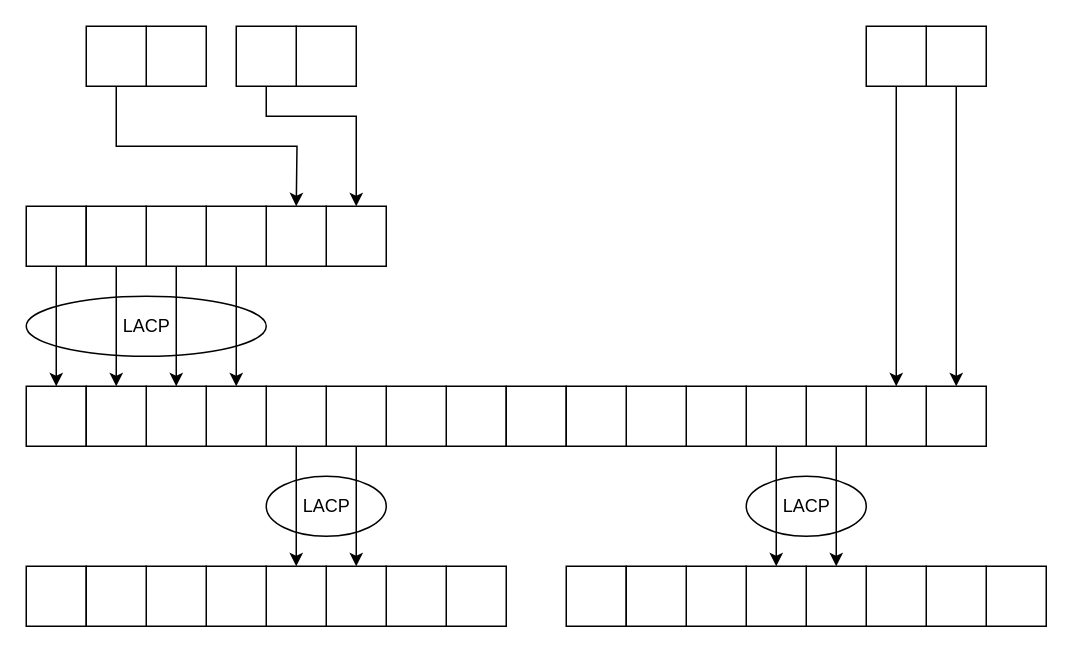
Earlier version of the draw.io diagram Untitled Diagram.drawio (hirofumihida/drowio-home). Source tidied: cells renumbered, new cells numbered last; positions are measured from the earlier drawing's top-left corner, leaving out a move shared by most shapes. Both pictures are drawn from the tidied source at 150%, with x=0, y=0 at pixel (26, 26).
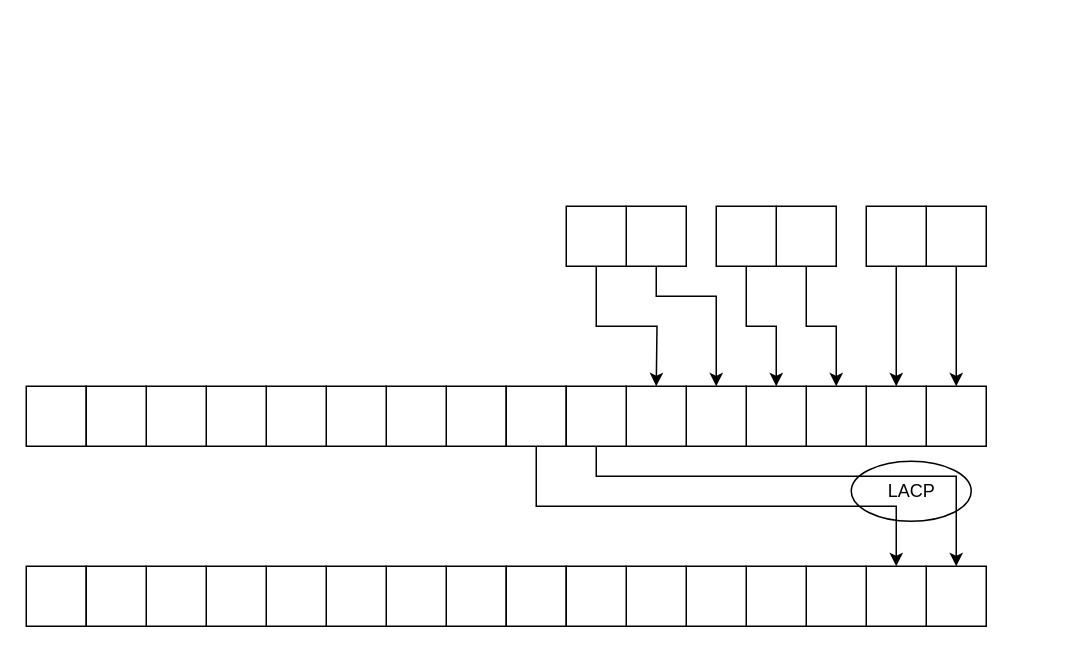
The same page after the edit.

Unchanged cells that the change refers to:
```xml
<mxCell id="15" style="whiteSpace=wrap;html=1;flipH=0;flipV=0;" parent="12" vertex="1">
  <mxGeometry x="200" width="40" height="40" as="geometry" />
</mxCell>
<mxCell id="16" style="whiteSpace=wrap;html=1;flipH=0;flipV=0;" parent="12" vertex="1">
  <mxGeometry x="160" width="40" height="40" as="geometry" />
</mxCell>
<mxCell id="17" style="whiteSpace=wrap;html=1;flipH=0;flipV=0;" parent="12" vertex="1">
  <mxGeometry x="120" width="40" height="40" as="geometry" />
</mxCell>
<mxCell id="18" style="whiteSpace=wrap;html=1;flipH=0;flipV=0;" parent="12" vertex="1">
  <mxGeometry x="80" width="40" height="40" as="geometry" />
</mxCell>
<mxCell id="19" style="whiteSpace=wrap;html=1;flipH=0;flipV=0;" parent="12" vertex="1">
  <mxGeometry width="40" height="40" as="geometry" />
</mxCell>
<mxCell id="20" style="whiteSpace=wrap;html=1;flipH=0;flipV=0;" parent="12" vertex="1">
  <mxGeometry x="40" width="40" height="40" as="geometry" />
</mxCell>
<mxCell id="24" style="whiteSpace=wrap;html=1;flipH=0;flipV=0;" parent="21" vertex="1">
  <mxGeometry x="200" width="40" height="40" as="geometry" />
</mxCell>
<mxCell id="25" style="whiteSpace=wrap;html=1;flipH=0;flipV=0;" parent="21" vertex="1">
  <mxGeometry x="160" width="40" height="40" as="geometry" />
</mxCell>
<mxCell id="26" style="whiteSpace=wrap;html=1;flipH=0;flipV=0;" parent="21" vertex="1">
  <mxGeometry x="120" width="40" height="40" as="geometry" />
</mxCell>
<mxCell id="28" style="whiteSpace=wrap;html=1;flipH=0;flipV=0;" parent="21" vertex="1">
  <mxGeometry width="40" height="40" as="geometry" />
</mxCell>
<mxCell id="29" style="whiteSpace=wrap;html=1;flipH=0;flipV=0;" parent="21" vertex="1">
  <mxGeometry x="40" width="40" height="40" as="geometry" />
</mxCell>
<mxCell id="38" style="whiteSpace=wrap;html=1;flipH=1;flipV=1;" parent="37" vertex="1">
  <mxGeometry x="40" width="40" height="40" as="geometry" />
</mxCell>
<mxCell id="39" style="whiteSpace=wrap;html=1;flipH=1;flipV=1;" parent="37" vertex="1">
  <mxGeometry width="40" height="40" as="geometry" />
</mxCell>
<mxCell id="41" style="whiteSpace=wrap;html=1;flipH=1;flipV=1;" parent="40" vertex="1">
  <mxGeometry x="40" width="40" height="40" as="geometry" />
</mxCell>
<mxCell id="42" style="whiteSpace=wrap;html=1;flipH=1;flipV=1;" parent="40" vertex="1">
  <mxGeometry width="40" height="40" as="geometry" />
</mxCell>
<mxCell id="53" style="group;" parent="1" vertex="1">
  <mxGeometry y="360" width="320" height="40" as="geometry" />
</mxCell>
```

The edit, as a diff of the source:
```diff
@@
-    <mxCell id="2" style="group;" parent="1" vertex="1">
-      <mxGeometry y="180" width="160" height="40" as="geometry" />
-    </mxCell>
-    <mxCell id="3" style="ellipse;whiteSpace=wrap;html=1;" parent="2" vertex="1">
-      <mxGeometry width="160" height="40" as="geometry" />
-    </mxCell>
-    <mxCell id="4" value="LACP" style="text;html=1;align=center;verticalAlign=middle;strokeColor=none;fillColor=none;" parent="2" vertex="1">
-      <mxGeometry x="55" y="5" width="50" height="30" as="geometry" />
-    </mxCell>
-    <mxCell id="5" style="group;" parent="1" vertex="1">
-      <mxGeometry x="160" y="300" width="80" height="40" as="geometry" />
-    </mxCell>
-    <mxCell id="6" style="ellipse;whiteSpace=wrap;html=1;" parent="5" vertex="1">
-      <mxGeometry width="80" height="40" as="geometry" />
-    </mxCell>
-    <mxCell id="7" value="LACP" style="text;html=1;align=center;verticalAlign=middle;strokeColor=none;fillColor=none;" parent="5" vertex="1">
-      <mxGeometry x="15" y="5" width="50" height="30" as="geometry" />
-    </mxCell>
     <mxCell id="8" style="group;" parent="1" vertex="1">
-      <mxGeometry x="480" y="300" width="80" height="40" as="geometry" />
+      <mxGeometry x="550" y="290" width="80" height="40" as="geometry" />
     </mxCell>
@@
     <mxCell id="11" style="edgeStyle=orthogonalEdgeStyle;rounded=0;jettySize=auto;html=1;exitX=0.5;exitY=1;exitDx=0;exitDy=0;" parent="1" edge="1" source="39">
       <mxGeometry relative="1" as="geometry">
-        <mxPoint x="180" y="120" as="targetPoint" />
+        <mxPoint x="420" y="240" as="targetPoint" />
       </mxGeometry>
     </mxCell>
@@
-    <mxCell id="30" style="group;" parent="1" vertex="1">
-      <mxGeometry y="120" width="240" height="40" as="geometry" />
-    </mxCell>
-    <mxCell id="31" style="whiteSpace=wrap;html=1;flipH=0;flipV=0;" parent="30" vertex="1">
-      <mxGeometry x="200" width="40" height="40" as="geometry" />
-    </mxCell>
-    <mxCell id="32" style="whiteSpace=wrap;html=1;flipH=0;flipV=0;" parent="30" vertex="1">
-      <mxGeometry x="160" width="40" height="40" as="geometry" />
-    </mxCell>
-    <mxCell id="33" style="whiteSpace=wrap;html=1;flipH=0;flipV=0;" parent="30" vertex="1">
-      <mxGeometry x="120" width="40" height="40" as="geometry" />
-    </mxCell>
-    <mxCell id="34" style="whiteSpace=wrap;html=1;flipH=0;flipV=0;" parent="30" vertex="1">
-      <mxGeometry x="80" width="40" height="40" as="geometry" />
-    </mxCell>
-    <mxCell id="35" style="whiteSpace=wrap;html=1;flipH=0;flipV=0;" parent="30" vertex="1">
-      <mxGeometry width="40" height="40" as="geometry" />
-    </mxCell>
-    <mxCell id="36" style="whiteSpace=wrap;html=1;flipH=0;flipV=0;" parent="30" vertex="1">
-      <mxGeometry x="40" width="40" height="40" as="geometry" />
-    </mxCell>
     <mxCell id="37" style="group;" parent="1" vertex="1">
-      <mxGeometry x="40" width="80" height="40" as="geometry" />
+      <mxGeometry x="360" y="120" width="80" height="40" as="geometry" />
     </mxCell>
@@
     <mxCell id="40" style="group;" parent="1" vertex="1">
-      <mxGeometry x="140" width="80" height="40" as="geometry" />
+      <mxGeometry x="460" y="120" width="80" height="40" as="geometry" />
     </mxCell>
@@
-    <mxCell id="43" style="edgeStyle=orthogonalEdgeStyle;rounded=0;jettySize=auto;html=1;exitX=0.5;exitY=1;exitDx=0;exitDy=0;entryX=0.5;entryY=0;entryDx=0;entryDy=0;" parent="1" edge="1" source="42" target="31">
+    <mxCell id="43" style="edgeStyle=orthogonalEdgeStyle;rounded=0;jettySize=auto;html=1;exitX=0.5;exitY=1;exitDx=0;exitDy=0;entryX=0.5;entryY=0;entryDx=0;entryDy=0;" parent="1" edge="1" source="42" target="25">
       <mxGeometry relative="1" as="geometry">
         <Array as="points">
-          <mxPoint x="160" y="60" />
-          <mxPoint x="220" y="60" />
+          <mxPoint x="480" y="200" />
+          <mxPoint x="500" y="200" />
         </Array>
       </mxGeometry>
     </mxCell>
-    <mxCell id="44" style="edgeStyle=orthogonalEdgeStyle;rounded=0;jettySize=auto;html=1;exitX=0.5;exitY=1;exitDx=0;exitDy=0;entryX=0.5;entryY=0;entryDx=0;entryDy=0;" parent="1" edge="1" source="35" target="19">
-      <mxGeometry relative="1" as="geometry" />
-    </mxCell>
-    <mxCell id="45" style="edgeStyle=orthogonalEdgeStyle;rounded=0;jettySize=auto;html=1;exitX=0.5;exitY=1;exitDx=0;exitDy=0;entryX=0.5;entryY=0;entryDx=0;entryDy=0;" parent="1" edge="1" source="36" target="20">
-      <mxGeometry relative="1" as="geometry" />
-    </mxCell>
-    <mxCell id="46" style="edgeStyle=orthogonalEdgeStyle;rounded=0;jettySize=auto;html=1;exitX=0.5;exitY=1;exitDx=0;exitDy=0;entryX=0.5;entryY=0;entryDx=0;entryDy=0;" parent="1" edge="1" source="34" target="18">
-      <mxGeometry relative="1" as="geometry" />
-    </mxCell>
-    <mxCell id="47" style="edgeStyle=orthogonalEdgeStyle;rounded=0;jettySize=auto;html=1;exitX=0.5;exitY=1;exitDx=0;exitDy=0;entryX=0.5;entryY=0;entryDx=0;entryDy=0;" parent="1" edge="1" source="33" target="17">
-      <mxGeometry relative="1" as="geometry" />
-    </mxCell>
     <mxCell id="48" style="group;" parent="1" vertex="1">
-      <mxGeometry x="560" width="80" height="40" as="geometry" />
+      <mxGeometry x="560" y="120" width="80" height="40" as="geometry" />
     </mxCell>
@@
+    <mxCell id="75" style="edgeStyle=orthogonalEdgeStyle;rounded=0;jettySize=auto;html=1;exitX=0.5;exitY=1;exitDx=0;exitDy=0;entryX=0.5;entryY=0;entryDx=0;entryDy=0;" parent="1" edge="1" source="41" target="24">
+      <mxGeometry relative="1" as="geometry" />
+    </mxCell>
+    <mxCell id="76" style="edgeStyle=orthogonalEdgeStyle;rounded=0;jettySize=auto;html=1;exitX=0.5;exitY=1;exitDx=0;exitDy=0;entryX=0.5;entryY=0;entryDx=0;entryDy=0;" parent="1" edge="1" source="38" target="26">
+      <mxGeometry relative="1" as="geometry">
+        <Array as="points">
+          <mxPoint x="420" y="180" />
+          <mxPoint x="460" y="180" />
+        </Array>
+      </mxGeometry>
+    </mxCell>
@@
-    <mxCell id="54" style="whiteSpace=wrap;html=1;flipH=0;flipV=0;" parent="53" vertex="1">
-      <mxGeometry x="280" width="40" height="40" as="geometry" />
-    </mxCell>
-    <mxCell id="55" style="whiteSpace=wrap;html=1;flipH=0;flipV=0;" parent="53" vertex="1">
-      <mxGeometry x="240" width="40" height="40" as="geometry" />
-    </mxCell>
-    <mxCell id="56" style="whiteSpace=wrap;html=1;flipH=0;flipV=0;" parent="53" vertex="1">
-      <mxGeometry x="200" width="40" height="40" as="geometry" />
-    </mxCell>
-    <mxCell id="57" style="whiteSpace=wrap;html=1;flipH=0;flipV=0;" parent="53" vertex="1">
-      <mxGeometry x="160" width="40" height="40" as="geometry" />
-    </mxCell>
-    <mxCell id="58" style="whiteSpace=wrap;html=1;flipH=0;flipV=0;" parent="53" vertex="1">
-      <mxGeometry x="120" width="40" height="40" as="geometry" />
-    </mxCell>
-    <mxCell id="59" style="whiteSpace=wrap;html=1;flipH=0;flipV=0;" parent="53" vertex="1">
-      <mxGeometry x="80" width="40" height="40" as="geometry" />
-    </mxCell>
-    <mxCell id="60" style="whiteSpace=wrap;html=1;flipH=0;flipV=0;" parent="53" vertex="1">
-      <mxGeometry width="40" height="40" as="geometry" />
-    </mxCell>
-    <mxCell id="61" style="whiteSpace=wrap;html=1;flipH=0;flipV=0;" parent="53" vertex="1">
-      <mxGeometry x="40" width="40" height="40" as="geometry" />
-    </mxCell>
-    <mxCell id="62" style="group;" parent="1" vertex="1">
-      <mxGeometry x="360" y="360" width="320" height="40" as="geometry" />
-    </mxCell>
-    <mxCell id="63" style="whiteSpace=wrap;html=1;flipH=0;flipV=0;" parent="62" vertex="1">
-      <mxGeometry x="280" width="40" height="40" as="geometry" />
-    </mxCell>
-    <mxCell id="64" style="whiteSpace=wrap;html=1;flipH=0;flipV=0;" parent="62" vertex="1">
-      <mxGeometry x="240" width="40" height="40" as="geometry" />
-    </mxCell>
-    <mxCell id="65" style="whiteSpace=wrap;html=1;flipH=0;flipV=0;" parent="62" vertex="1">
-      <mxGeometry x="200" width="40" height="40" as="geometry" />
-    </mxCell>
-    <mxCell id="66" style="whiteSpace=wrap;html=1;flipH=0;flipV=0;" parent="62" vertex="1">
-      <mxGeometry x="160" width="40" height="40" as="geometry" />
-    </mxCell>
-    <mxCell id="67" style="whiteSpace=wrap;html=1;flipH=0;flipV=0;" parent="62" vertex="1">
-      <mxGeometry x="120" width="40" height="40" as="geometry" />
-    </mxCell>
-    <mxCell id="68" style="whiteSpace=wrap;html=1;flipH=0;flipV=0;" parent="62" vertex="1">
-      <mxGeometry x="80" width="40" height="40" as="geometry" />
-    </mxCell>
-    <mxCell id="69" style="whiteSpace=wrap;html=1;flipH=0;flipV=0;" parent="62" vertex="1">
-      <mxGeometry width="40" height="40" as="geometry" />
-    </mxCell>
-    <mxCell id="70" style="whiteSpace=wrap;html=1;flipH=0;flipV=0;" parent="62" vertex="1">
-      <mxGeometry x="40" width="40" height="40" as="geometry" />
-    </mxCell>
-    <mxCell id="71" style="edgeStyle=orthogonalEdgeStyle;rounded=0;jettySize=auto;html=1;exitX=0.5;exitY=1;exitDx=0;exitDy=0;entryX=0.5;entryY=0;entryDx=0;entryDy=0;" parent="1" edge="1" source="16" target="57">
-      <mxGeometry relative="1" as="geometry" />
-    </mxCell>
-    <mxCell id="72" style="edgeStyle=orthogonalEdgeStyle;rounded=0;jettySize=auto;html=1;exitX=0.5;exitY=1;exitDx=0;exitDy=0;entryX=0.5;entryY=0;entryDx=0;entryDy=0;" parent="1" edge="1" source="15" target="56">
-      <mxGeometry relative="1" as="geometry" />
-    </mxCell>
-    <mxCell id="73" style="edgeStyle=orthogonalEdgeStyle;rounded=0;jettySize=auto;html=1;exitX=0.5;exitY=1;exitDx=0;exitDy=0;entryX=0.5;entryY=0;entryDx=0;entryDy=0;" parent="1" edge="1" source="25" target="67">
-      <mxGeometry relative="1" as="geometry" />
-    </mxCell>
-    <mxCell id="74" style="edgeStyle=orthogonalEdgeStyle;rounded=0;jettySize=auto;html=1;exitX=0.5;exitY=1;exitDx=0;exitDy=0;entryX=0.5;entryY=0;entryDx=0;entryDy=0;" parent="1" edge="1" source="24" target="66">
-      <mxGeometry relative="1" as="geometry" />
-    </mxCell>
+    <mxCell id="77" style="whiteSpace=wrap;html=1;flipH=0;flipV=0;" parent="53" vertex="1">
+      <mxGeometry x="280" width="40" height="40" as="geometry" />
+    </mxCell>
+    <mxCell id="78" style="whiteSpace=wrap;html=1;flipH=0;flipV=0;" parent="53" vertex="1">
+      <mxGeometry x="240" width="40" height="40" as="geometry" />
+    </mxCell>
+    <mxCell id="79" style="whiteSpace=wrap;html=1;flipH=0;flipV=0;" parent="53" vertex="1">
+      <mxGeometry x="200" width="40" height="40" as="geometry" />
+    </mxCell>
+    <mxCell id="80" style="whiteSpace=wrap;html=1;flipH=0;flipV=0;" parent="53" vertex="1">
+      <mxGeometry x="160" width="40" height="40" as="geometry" />
+    </mxCell>
+    <mxCell id="81" style="whiteSpace=wrap;html=1;flipH=0;flipV=0;" parent="53" vertex="1">
+      <mxGeometry x="120" width="40" height="40" as="geometry" />
+    </mxCell>
+    <mxCell id="82" style="whiteSpace=wrap;html=1;flipH=0;flipV=0;" parent="53" vertex="1">
+      <mxGeometry x="80" width="40" height="40" as="geometry" />
+    </mxCell>
+    <mxCell id="83" style="whiteSpace=wrap;html=1;flipH=0;flipV=0;" parent="53" vertex="1">
+      <mxGeometry width="40" height="40" as="geometry" />
+    </mxCell>
+    <mxCell id="84" style="whiteSpace=wrap;html=1;flipH=0;flipV=0;" parent="53" vertex="1">
+      <mxGeometry x="40" width="40" height="40" as="geometry" />
+    </mxCell>
+    <mxCell id="85" style="group;" parent="1" vertex="1">
+      <mxGeometry x="320" y="360" width="320" height="40" as="geometry" />
+    </mxCell>
+    <mxCell id="86" style="whiteSpace=wrap;html=1;flipH=0;flipV=0;" parent="85" vertex="1">
+      <mxGeometry x="280" width="40" height="40" as="geometry" />
+    </mxCell>
+    <mxCell id="87" style="whiteSpace=wrap;html=1;flipH=0;flipV=0;" parent="85" vertex="1">
+      <mxGeometry x="240" width="40" height="40" as="geometry" />
+    </mxCell>
+    <mxCell id="88" style="whiteSpace=wrap;html=1;flipH=0;flipV=0;" parent="85" vertex="1">
+      <mxGeometry x="200" width="40" height="40" as="geometry" />
+    </mxCell>
+    <mxCell id="89" style="whiteSpace=wrap;html=1;flipH=0;flipV=0;" parent="85" vertex="1">
+      <mxGeometry x="160" width="40" height="40" as="geometry" />
+    </mxCell>
+    <mxCell id="90" style="whiteSpace=wrap;html=1;flipH=0;flipV=0;" parent="85" vertex="1">
+      <mxGeometry x="120" width="40" height="40" as="geometry" />
+    </mxCell>
+    <mxCell id="91" style="whiteSpace=wrap;html=1;flipH=0;flipV=0;" parent="85" vertex="1">
+      <mxGeometry x="80" width="40" height="40" as="geometry" />
+    </mxCell>
+    <mxCell id="92" style="whiteSpace=wrap;html=1;flipH=0;flipV=0;" parent="85" vertex="1">
+      <mxGeometry width="40" height="40" as="geometry" />
+    </mxCell>
+    <mxCell id="93" style="whiteSpace=wrap;html=1;flipH=0;flipV=0;" parent="85" vertex="1">
+      <mxGeometry x="40" width="40" height="40" as="geometry" />
+    </mxCell>
+    <mxCell id="94" style="edgeStyle=orthogonalEdgeStyle;rounded=0;jettySize=auto;html=1;exitX=0.5;exitY=1;exitDx=0;exitDy=0;entryX=0.5;entryY=0;entryDx=0;entryDy=0;" parent="1" edge="1" source="29" target="86">
+      <mxGeometry relative="1" as="geometry">
+        <Array as="points">
+          <mxPoint x="380" y="300" />
+          <mxPoint x="620" y="300" />
+        </Array>
+      </mxGeometry>
+    </mxCell>
+    <mxCell id="95" style="edgeStyle=orthogonalEdgeStyle;rounded=0;jettySize=auto;html=1;exitX=0.5;exitY=1;exitDx=0;exitDy=0;" parent="1" edge="1" source="28" target="87">
+      <mxGeometry relative="1" as="geometry">
+        <Array as="points">
+          <mxPoint x="340" y="320" />
+          <mxPoint x="580" y="320" />
+        </Array>
+      </mxGeometry>
+    </mxCell>
```
